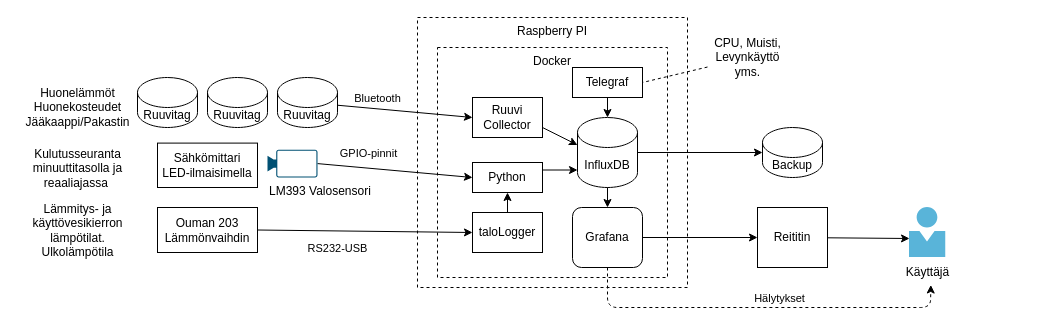
Above: diagrams/Talonvalvonta.drawio in galigula2/Talonvalvonta (draw.io), before the change. Source tidied: cells renumbered, new cells numbered last; positions are measured from the earlier drawing's top-left corner, leaving out a move shared by most shapes. Both pictures are drawn from the tidied source at 100%, with x=0, y=0 at pixel (17, 17).
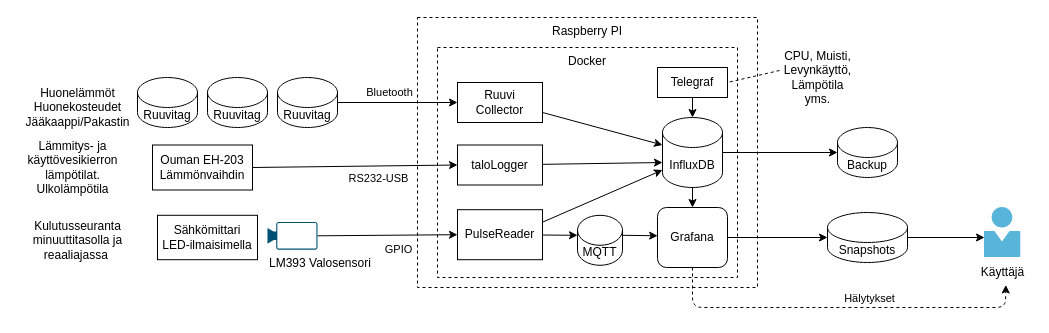
The same page after the edit.

Commit message (it also covers changes not shown here):
Update diagram and TODO's

The change refers to these unchanged cells:
```xml
<mxCell id="13" style="rounded=0;jettySize=auto;html=1;entryX=0;entryY=0.5;entryDx=0;entryDy=0;" parent="1" edge="1" source="15" target="32">
  <mxGeometry relative="1" as="geometry" />
</mxCell>
<mxCell id="19" style="rounded=0;jettySize=auto;html=1;entryX=0;entryY=0.5;entryDx=0;entryDy=0;exitX=1;exitY=0.5;exitDx=0;exitDy=0;exitPerimeter=0;" parent="1" edge="1" source="21" target="12">
  <mxGeometry relative="1" as="geometry" />
</mxCell>
<mxCell id="25" style="rounded=0;jettySize=auto;html=1;exitX=1;exitY=0.5;exitDx=0;exitDy=0;entryX=0;entryY=0.5;entryDx=0;entryDy=0;" parent="1" edge="1" source="24" target="31">
  <mxGeometry relative="1" as="geometry" />
</mxCell>
```

Diff of the diagram source:
```diff
@@
     <mxCell id="2" value="&lt;span&gt;Raspberry PI&lt;/span&gt;" style="rounded=0;whiteSpace=wrap;html=1;dashed=1;align=center;verticalAlign=top;" parent="1" vertex="1">
-      <mxGeometry x="400" width="270" height="270" as="geometry" />
+      <mxGeometry x="400" width="340" height="270" as="geometry" />
     </mxCell>
     <mxCell id="3" value="&lt;span&gt;Docker&lt;/span&gt;" style="rounded=0;whiteSpace=wrap;html=1;dashed=1;align=center;verticalAlign=top;" parent="1" vertex="1">
-      <mxGeometry x="420" y="30" width="230" height="230" as="geometry" />
+      <mxGeometry x="420" y="30" width="300" height="230" as="geometry" />
     </mxCell>
@@
     <mxCell id="5" value="InfluxDB" style="shape=cylinder3;whiteSpace=wrap;html=1;boundedLbl=1;backgroundOutline=1;size=15;" parent="1" vertex="1">
-      <mxGeometry x="560" y="100" width="60" height="70" as="geometry" />
+      <mxGeometry x="645" y="100" width="60" height="70" as="geometry" />
     </mxCell>
-    <mxCell id="6" style="edgeStyle=none;rounded=0;jettySize=auto;html=1;" parent="1" edge="1" source="9" target="29">
+    <mxCell id="6" style="edgeStyle=none;rounded=0;jettySize=auto;html=1;entryX=0;entryY=0.5;entryDx=0;entryDy=0;entryPerimeter=0;" parent="1" edge="1" source="9" target="44">
       <mxGeometry relative="1" as="geometry" />
     </mxCell>
     <mxCell id="7" style="edgeStyle=none;html=1;entryX=0.556;entryY=1.125;entryDx=0;entryDy=0;entryPerimeter=0;dashed=1;endArrow=classic;endFill=1;" parent="1" edge="1" source="9" target="27">
       <mxGeometry relative="1" as="geometry">
         <Array as="points">
-          <mxPoint x="590" y="290" />
-          <mxPoint x="913" y="290" />
+          <mxPoint x="675" y="290" />
+          <mxPoint x="988" y="290" />
         </Array>
       </mxGeometry>
     </mxCell>
     <mxCell id="8" value="Hälytykset" style="edgeLabel;html=1;align=center;verticalAlign=middle;" parent="7" vertex="1">
       <mxGeometry x="0.24" y="1" relative="1" as="geometry">
-        <mxPoint x="-28" y="-9" as="offset" />
+        <mxPoint x="-17" y="-9" as="offset" />
       </mxGeometry>
     </mxCell>
     <mxCell id="9" value="Grafana" style="rounded=1;whiteSpace=wrap;html=1;align=center;verticalAlign=middle;" parent="1" vertex="1">
-      <mxGeometry x="555" y="190" width="70" height="60" as="geometry" />
+      <mxGeometry x="640" y="190" width="70" height="60" as="geometry" />
     </mxCell>
     <mxCell id="10" value="Backup" style="shape=cylinder3;whiteSpace=wrap;html=1;boundedLbl=1;backgroundOutline=1;size=15;" parent="1" vertex="1">
-      <mxGeometry x="745" y="110" width="60" height="50" as="geometry" />
+      <mxGeometry x="820" y="110" width="60" height="50" as="geometry" />
     </mxCell>
@@
+    <mxCell id="42" style="edgeStyle=none;html=1;entryX=0;entryY=0;entryDx=0;entryDy=20;entryPerimeter=0;" parent="1" edge="1" source="12" target="46">
+      <mxGeometry relative="1" as="geometry" />
+    </mxCell>
-    <mxCell id="12" value="Python" style="rounded=0;whiteSpace=wrap;html=1;align=center;verticalAlign=middle;" parent="1" vertex="1">
-      <mxGeometry x="455" y="145" width="70" height="30" as="geometry" />
+    <mxCell id="12" value="PulseReader" style="rounded=0;whiteSpace=wrap;html=1;align=center;verticalAlign=middle;" parent="1" vertex="1">
+      <mxGeometry x="440" y="192.2" width="85" height="50" as="geometry" />
     </mxCell>
@@
     <mxCell id="14" value="Bluetooth" style="edgeLabel;html=1;align=center;verticalAlign=middle;" parent="13" vertex="1">
       <mxGeometry x="-0.44" y="-1" relative="1" as="geometry">
-        <mxPoint x="2" y="-12" as="offset" />
+        <mxPoint x="17" y="-12" as="offset" />
       </mxGeometry>
     </mxCell>
@@
     <mxCell id="16" value="Sähkömittari&lt;br&gt;LED-ilmaisimella" style="rounded=0;whiteSpace=wrap;html=1;align=center;verticalAlign=middle;" parent="1" vertex="1">
-      <mxGeometry x="140" y="125.6" width="100" height="44.4" as="geometry" />
+      <mxGeometry x="140" y="197.8" width="100" height="44.4" as="geometry" />
     </mxCell>
@@
-    <mxCell id="20" value="GPIO-pinnit" style="edgeLabel;html=1;align=center;verticalAlign=middle;" parent="19" vertex="1">
+    <mxCell id="20" value="GPIO" style="edgeLabel;html=1;align=center;verticalAlign=middle;" parent="19" vertex="1">
       <mxGeometry x="-0.44" y="-1" relative="1" as="geometry">
-        <mxPoint x="7" y="-16" as="offset" />
+        <mxPoint x="41" y="13" as="offset" />
       </mxGeometry>
     </mxCell>
     <mxCell id="21" value="LM393 Valosensori" style="points=[[0,0.5,0],[0.19,0.02,0],[0.59,0,0],[0.985,0.02,0],[1,0.5,0],[0.985,0.98,0],[0.59,1,0],[0.19,0.98,0]];verticalLabelPosition=bottom;html=1;verticalAlign=top;align=left;shape=mxgraph.cisco19.camera;fillColor=#005073;strokeColor=none;" parent="1" vertex="1">
-      <mxGeometry x="250" y="132.2" width="50" height="27.8" as="geometry" />
+      <mxGeometry x="250" y="204.4" width="50" height="27.8" as="geometry" />
     </mxCell>
     <mxCell id="22" style="edgeStyle=orthogonalEdgeStyle;rounded=0;jettySize=auto;html=1;entryX=0.5;entryY=0;entryDx=0;entryDy=0;" parent="1" edge="1" target="9">
       <mxGeometry relative="1" as="geometry">
-        <mxPoint x="590" y="170" as="sourcePoint" />
+        <mxPoint x="675" y="170" as="sourcePoint" />
       </mxGeometry>
     </mxCell>
     <mxCell id="23" style="html=1;points=[];align=center;image;fontSize=12;image=img/lib/mscae/Person.svg;" parent="1" vertex="1">
-      <mxGeometry x="891.5" y="190" width="37" height="50" as="geometry" />
+      <mxGeometry x="966.5" y="190" width="37" height="50" as="geometry" />
     </mxCell>
-    <mxCell id="24" value="Ouman 203&lt;br&gt;Lämmönvaihdin" style="rounded=0;whiteSpace=wrap;html=1;align=center;verticalAlign=middle;" parent="1" vertex="1">
-      <mxGeometry x="140" y="190" width="100" height="45" as="geometry" />
+    <mxCell id="24" value="Ouman EH-203&lt;br&gt;Lämmönvaihdin" style="rounded=0;whiteSpace=wrap;html=1;align=center;verticalAlign=middle;" parent="1" vertex="1">
+      <mxGeometry x="135" y="127.5" width="100" height="45" as="geometry" />
     </mxCell>
@@
     <mxCell id="26" value="RS232-USB" style="edgeLabel;html=1;align=center;verticalAlign=middle;" parent="25" vertex="1">
       <mxGeometry x="-0.44" y="-1" relative="1" as="geometry">
-        <mxPoint x="20" y="16" as="offset" />
+        <mxPoint x="68" y="10" as="offset" />
       </mxGeometry>
     </mxCell>
     <mxCell id="27" value="Käyttäjä" style="text;html=1;align=center;verticalAlign=middle;points=[];strokeColor=none;" parent="1" vertex="1">
-      <mxGeometry x="880" y="245" width="60" height="20" as="geometry" />
+      <mxGeometry x="955" y="245" width="60" height="20" as="geometry" />
     </mxCell>
-    <mxCell id="28" style="edgeStyle=none;rounded=0;jettySize=auto;html=1;entryX=0.014;entryY=0.62;entryDx=0;entryDy=0;entryPerimeter=0;" parent="1" edge="1" source="29" target="23">
-      <mxGeometry relative="1" as="geometry" />
-    </mxCell>
-    <mxCell id="29" value="Reititin" style="rounded=0;whiteSpace=wrap;html=1;align=center;verticalAlign=middle;" parent="1" vertex="1">
-      <mxGeometry x="740" y="190" width="70" height="60" as="geometry" />
-    </mxCell>
-    <mxCell id="30" style="edgeStyle=none;rounded=0;jettySize=auto;html=1;entryX=0.5;entryY=1;entryDx=0;entryDy=0;" parent="1" edge="1" source="31" target="12">
+    <mxCell id="30" style="edgeStyle=none;rounded=0;jettySize=auto;html=1;entryX=0;entryY=0;entryDx=0;entryDy=45;entryPerimeter=0;" parent="1" edge="1" source="31" target="5">
       <mxGeometry relative="1" as="geometry" />
     </mxCell>
     <mxCell id="31" value="taloLogger" style="rounded=0;whiteSpace=wrap;html=1;align=center;verticalAlign=middle;" parent="1" vertex="1">
-      <mxGeometry x="455" y="195" width="70" height="40" as="geometry" />
+      <mxGeometry x="440" y="127.5" width="85" height="40" as="geometry" />
     </mxCell>
     <mxCell id="32" value="Ruuvi&lt;br&gt;Collector" style="rounded=0;whiteSpace=wrap;html=1;align=center;verticalAlign=middle;" parent="1" vertex="1">
-      <mxGeometry x="455" y="80" width="70" height="40" as="geometry" />
+      <mxGeometry x="440" y="65" width="85" height="40" as="geometry" />
     </mxCell>
@@
     <mxCell id="35" value="Telegraf" style="rounded=0;whiteSpace=wrap;html=1;align=center;verticalAlign=middle;" parent="1" vertex="1">
-      <mxGeometry x="555" y="50" width="70" height="30" as="geometry" />
+      <mxGeometry x="640" y="50" width="70" height="30" as="geometry" />
     </mxCell>
@@
     <mxCell id="38" value="Kulutusseuranta &lt;br&gt;minuuttitasolla ja &lt;br&gt;reaaliajassa&amp;nbsp;" style="text;html=1;align=center;verticalAlign=middle;strokeColor=none;" parent="1" vertex="1">
-      <mxGeometry x="10" y="125.6" width="100" height="50" as="geometry" />
+      <mxGeometry x="10" y="197.8" width="100" height="50" as="geometry" />
     </mxCell>
     <mxCell id="39" value="Lämmitys- ja &lt;br&gt;käyttövesikierron&lt;br&gt;lämpötilat.&lt;br&gt;Ulkolämpötila" style="text;html=1;align=center;verticalAlign=middle;strokeColor=none;" parent="1" vertex="1">
-      <mxGeometry x="5" y="182.5" width="110" height="60" as="geometry" />
+      <mxGeometry y="120" width="110" height="60" as="geometry" />
     </mxCell>
-    <mxCell id="40" style="edgeStyle=none;html=1;entryX=1;entryY=0.5;entryDx=0;entryDy=0;dashed=1;endArrow=none;endFill=0;" parent="1" edge="1" source="41" target="35">
+    <mxCell id="40" style="edgeStyle=none;html=1;entryX=1;entryY=0.5;entryDx=0;entryDy=0;dashed=1;endArrow=none;endFill=0;exitX=0.025;exitY=0.383;exitDx=0;exitDy=0;exitPerimeter=0;" parent="1" edge="1" source="41" target="35">
       <mxGeometry relative="1" as="geometry" />
     </mxCell>
-    <mxCell id="41" value="CPU, Muisti, &lt;br&gt;Levynkäyttö&lt;br&gt;yms." style="text;html=1;align=center;verticalAlign=middle;points=[];strokeColor=none;" parent="1" vertex="1">
-      <mxGeometry x="690" y="15" width="80" height="50" as="geometry" />
+    <mxCell id="41" value="CPU, Muisti, &lt;br&gt;Levynkäyttö,&lt;br&gt;Lämpötila&lt;br&gt;yms." style="text;html=1;align=center;verticalAlign=middle;points=[];strokeColor=none;" parent="1" vertex="1">
+      <mxGeometry x="760" y="30" width="80" height="60" as="geometry" />
     </mxCell>
+    <mxCell id="43" style="edgeStyle=none;html=1;entryX=0.014;entryY=0.6;entryDx=0;entryDy=0;entryPerimeter=0;" parent="1" edge="1" source="44" target="23">
+      <mxGeometry relative="1" as="geometry" />
+    </mxCell>
+    <mxCell id="44" value="Snapshots" style="shape=cylinder3;whiteSpace=wrap;html=1;boundedLbl=1;backgroundOutline=1;size=15;" parent="1" vertex="1">
+      <mxGeometry x="810" y="195" width="80" height="50" as="geometry" />
+    </mxCell>
+    <mxCell id="45" style="edgeStyle=none;html=1;exitX=1;exitY=0;exitDx=0;exitDy=20;exitPerimeter=0;entryX=0.002;entryY=0.471;entryDx=0;entryDy=0;entryPerimeter=0;" parent="1" edge="1" source="46" target="9">
+      <mxGeometry relative="1" as="geometry" />
+    </mxCell>
+    <mxCell id="46" value="MQTT" style="shape=cylinder3;whiteSpace=wrap;html=1;boundedLbl=1;backgroundOutline=1;size=15;" parent="1" vertex="1">
+      <mxGeometry x="560" y="197.8" width="45" height="50" as="geometry" />
+    </mxCell>
```
